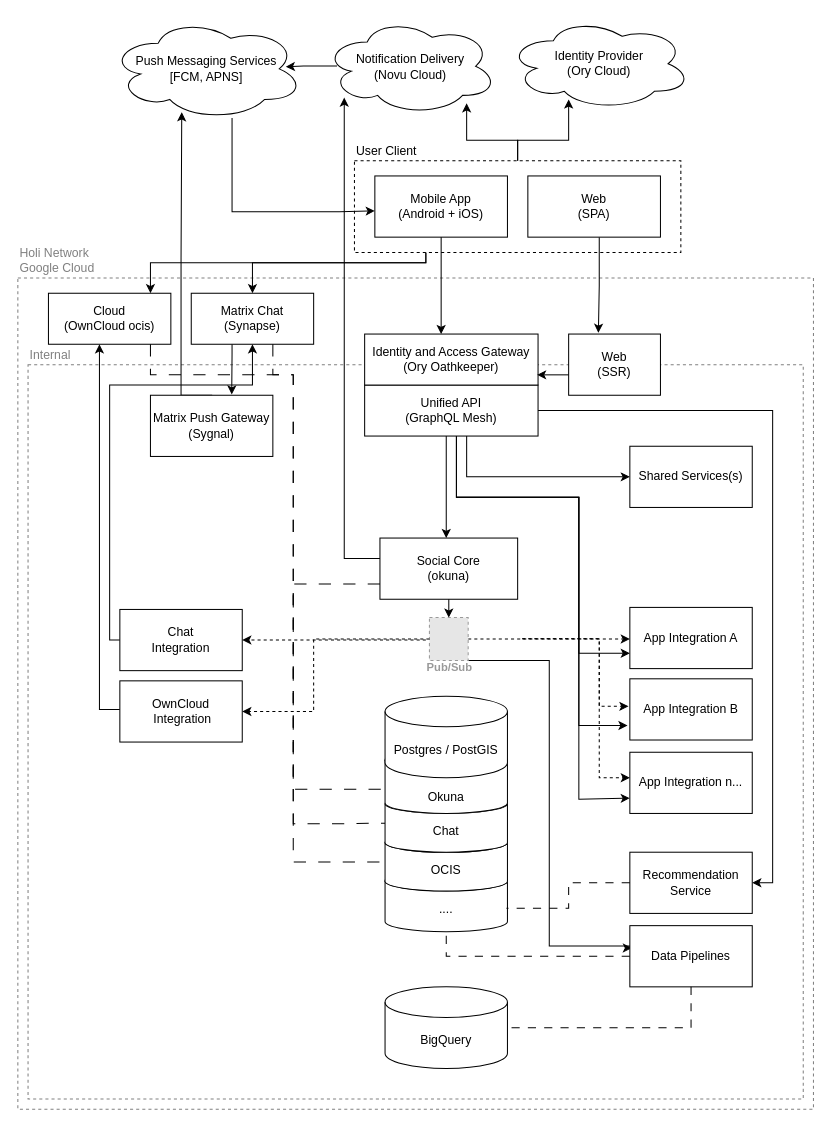
The draw.io diagram docs/img/architecture-overview.drawio in holi-social/app.gitlab-pages.holi.team, before the edit. Source tidied: cells renumbered, new cells numbered last; positions are measured from the earlier drawing's top-left corner, leaving out a move shared by most shapes. Both pictures are drawn from the tidied source at 102%, with x=0, y=0 at pixel (17, 17). Pictures stored in the file or linked from it are replaced by grey dashed boxes.
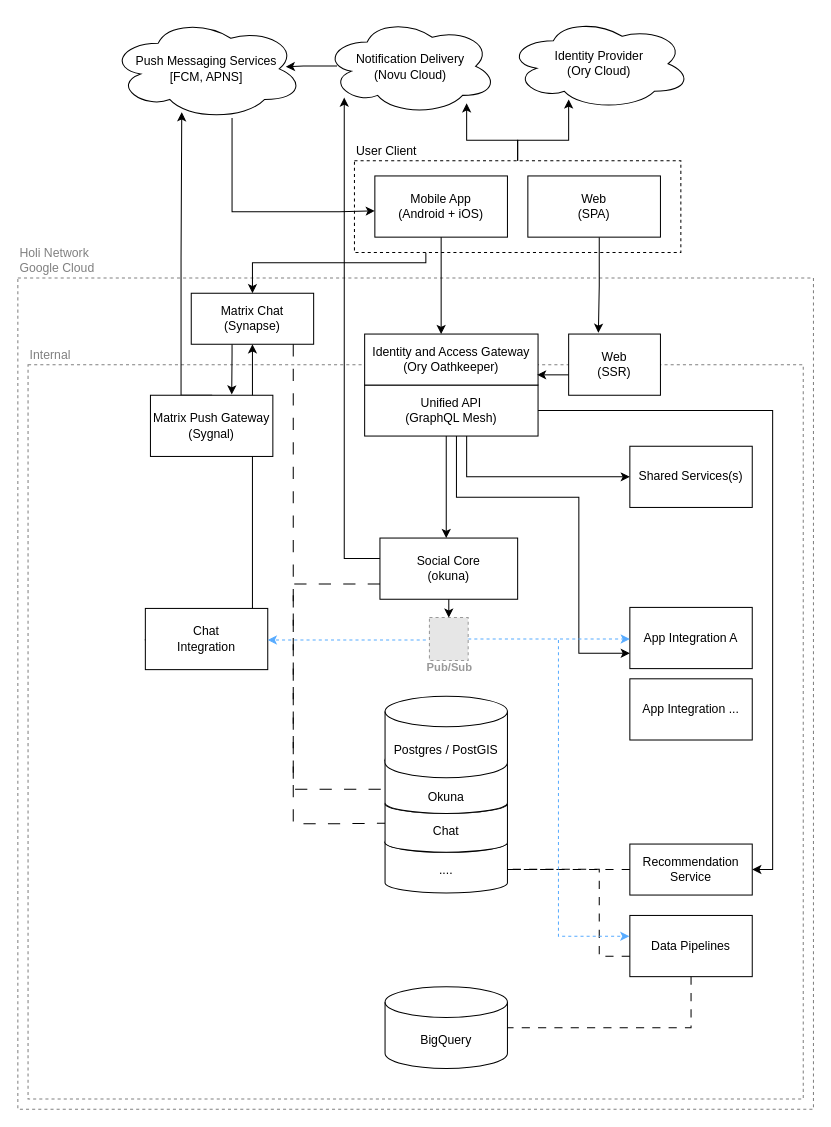
The same diagram, later.

The change refers to these unchanged cells:
```xml
<mxCell id="3" value="User Client" style="rounded=0;whiteSpace=wrap;html=1;dashed=1;align=left;labelPosition=center;verticalLabelPosition=top;verticalAlign=bottom;" parent="1" vertex="1">
  <mxGeometry x="330" y="140" width="320" height="90" as="geometry" />
</mxCell>
<mxCell id="8" value="&lt;br&gt;Chat" style="strokeWidth=1;html=1;shape=mxgraph.flowchart.database;whiteSpace=wrap;shadow=0;" parent="1" vertex="1">
  <mxGeometry x="360" y="761" width="120" height="57" as="geometry" />
</mxCell>
<mxCell id="18" value="Unified API&lt;br&gt;(GraphQL Mesh)" style="rounded=0;whiteSpace=wrap;html=1;" parent="1" vertex="1">
  <mxGeometry x="340" y="360" width="170" height="50" as="geometry" />
</mxCell>
<mxCell id="22" value="App Integration A" style="rounded=0;whiteSpace=wrap;html=1;" parent="1" vertex="1">
  <mxGeometry x="600" y="578" width="120" height="60" as="geometry" />
</mxCell>
<mxCell id="31" value="Matrix Chat&lt;br&gt;(Synapse)" style="rounded=0;whiteSpace=wrap;html=1;" parent="1" vertex="1">
  <mxGeometry x="170" y="270" width="120" height="50" as="geometry" />
</mxCell>
<mxCell id="34" value="Push Messaging Services&lt;br&gt;[FCM, APNS]" style="ellipse;shape=cloud;whiteSpace=wrap;html=1;" parent="1" vertex="1">
  <mxGeometry x="90" width="190" height="100" as="geometry" />
</mxCell>
<mxCell id="41" value="Pub/Sub" style="fillColor=#E6E6E6;strokeColor=#999999;dashed=1;html=1;verticalAlign=top;labelPosition=center;verticalLabelPosition=bottom;align=center;spacingTop=-6;fontSize=11;fontStyle=1;fontColor=#999999;" parent="1" vertex="1">
  <mxGeometry x="403.5" y="588" width="38" height="42" as="geometry" />
</mxCell>
<mxCell id="42" value="&lt;div&gt;Web&lt;/div&gt;&lt;div&gt;(SSR)&lt;/div&gt;" style="rounded=0;whiteSpace=wrap;html=1;" parent="1" vertex="1">
  <mxGeometry x="540" y="310" width="90" height="60" as="geometry" />
</mxCell>
```

Change to the diagram source:
```diff
@@
     <mxCell id="6" value="&lt;br&gt;...." style="strokeWidth=1;html=1;shape=mxgraph.flowchart.database;whiteSpace=wrap;shadow=0;" parent="1" vertex="1">
-      <mxGeometry x="360" y="836" width="120" height="60" as="geometry" />
+      <mxGeometry x="360" y="798" width="120" height="60" as="geometry" />
     </mxCell>
-    <mxCell id="7" value="&lt;br&gt;OCIS" style="strokeWidth=1;html=1;shape=mxgraph.flowchart.database;whiteSpace=wrap;shadow=0;" parent="1" vertex="1">
-      <mxGeometry x="360" y="799" width="120" height="57" as="geometry" />
-    </mxCell>
@@
-    <mxCell id="13" style="edgeStyle=orthogonalEdgeStyle;rounded=0;jettySize=auto;html=1;entryX=-0.019;entryY=0.764;entryDx=0;entryDy=0;entryPerimeter=0;" parent="1" edge="1" source="18" target="25">
-      <mxGeometry relative="1" as="geometry">
-        <Array as="points">
-          <mxPoint x="430" y="470" />
-          <mxPoint x="550" y="470" />
-          <mxPoint x="550" y="694" />
-        </Array>
-      </mxGeometry>
-    </mxCell>
-    <mxCell id="14" style="edgeStyle=orthogonalEdgeStyle;rounded=0;jettySize=auto;html=1;entryX=0;entryY=0.75;entryDx=0;entryDy=0;" parent="1" edge="1" source="18" target="44">
-      <mxGeometry relative="1" as="geometry">
-        <Array as="points">
-          <mxPoint x="430" y="470" />
-          <mxPoint x="550" y="470" />
-          <mxPoint x="550" y="766" />
-          <mxPoint x="600" y="766" />
-        </Array>
-      </mxGeometry>
-    </mxCell>
@@
-    <mxCell id="25" value="App Integration B" style="rounded=0;whiteSpace=wrap;html=1;" parent="1" vertex="1">
-      <mxGeometry x="600" y="648" width="120" height="60" as="geometry" />
-    </mxCell>
-    <mxCell id="26" value="Cloud&lt;br&gt;(OwnCloud ocis)" style="rounded=0;whiteSpace=wrap;html=1;" parent="1" vertex="1">
-      <mxGeometry x="30" y="270" width="120" height="50" as="geometry" />
-    </mxCell>
-    <mxCell id="27" style="edgeStyle=orthogonalEdgeStyle;rounded=0;jettySize=auto;html=1;" parent="1" edge="1" source="28" target="26">
-      <mxGeometry relative="1" as="geometry">
-        <Array as="points">
-          <mxPoint x="80" y="678" />
-        </Array>
-      </mxGeometry>
-    </mxCell>
-    <mxCell id="28" value="OwnCloud &amp;nbsp;Integration" style="rounded=0;whiteSpace=wrap;html=1;" parent="1" vertex="1">
-      <mxGeometry x="100" y="650" width="120" height="60" as="geometry" />
-    </mxCell>
+    <mxCell id="66" value="App Integration ..." style="rounded=0;whiteSpace=wrap;html=1;" parent="1" vertex="1">
+      <mxGeometry x="600" y="648" width="120" height="60" as="geometry" />
+    </mxCell>
@@
-    <mxCell id="32" style="edgeStyle=orthogonalEdgeStyle;rounded=0;jettySize=auto;html=1;entryX=0.372;entryY=0.925;entryDx=0;entryDy=0;entryPerimeter=0;" parent="1" edge="1" target="34">
-      <mxGeometry relative="1" as="geometry">
-        <mxPoint x="190.5" y="370" as="sourcePoint" />
-        <Array as="points">
-          <mxPoint x="160" y="370" />
-          <mxPoint x="160" y="235" />
-          <mxPoint x="161" y="235" />
-        </Array>
-      </mxGeometry>
-    </mxCell>
-    <mxCell id="33" value="Matrix Push Gateway&lt;br&gt;(Sygnal)" style="rounded=0;whiteSpace=wrap;html=1;" parent="1" vertex="1">
-      <mxGeometry x="130" y="370" width="120" height="60" as="geometry" />
-    </mxCell>
+    <mxCell id="67" style="edgeStyle=orthogonalEdgeStyle;rounded=0;jettySize=auto;html=1;entryX=0.372;entryY=0.925;entryDx=0;entryDy=0;entryPerimeter=0;" parent="1" edge="1" target="34">
+      <mxGeometry relative="1" as="geometry">
+        <mxPoint x="190.5" y="370" as="sourcePoint" />
+        <Array as="points">
+          <mxPoint x="160" y="370" />
+          <mxPoint x="160" y="235" />
+          <mxPoint x="161" y="235" />
+        </Array>
+      </mxGeometry>
+    </mxCell>
@@
-    <mxCell id="39" style="edgeStyle=orthogonalEdgeStyle;rounded=0;jettySize=auto;html=1;endWidth=4.8;dashed=1;" parent="1" edge="1" source="41" target="22">
+    <mxCell id="39" style="edgeStyle=orthogonalEdgeStyle;rounded=0;jettySize=auto;html=1;endWidth=4.8;dashed=1;strokeColor=#57ABFF;" parent="1" edge="1" source="41" target="22">
       <mxGeometry relative="1" as="geometry">
         <Array as="points">
           <mxPoint x="550" y="609" />
           <mxPoint x="550" y="609" />
         </Array>
       </mxGeometry>
     </mxCell>
-    <mxCell id="40" style="edgeStyle=orthogonalEdgeStyle;rounded=0;jettySize=auto;html=1;entryX=0.017;entryY=0.367;entryDx=0;entryDy=0;entryPerimeter=0;" parent="1" edge="1" source="41" target="60">
-      <mxGeometry relative="1" as="geometry">
-        <Array as="points">
-          <mxPoint x="521" y="630" />
-          <mxPoint x="521" y="910" />
-          <mxPoint x="600" y="910" />
-          <mxPoint x="600" y="912" />
-        </Array>
-      </mxGeometry>
-    </mxCell>
@@
-    <mxCell id="44" value="App Integration n..." style="rounded=0;whiteSpace=wrap;html=1;" parent="1" vertex="1">
-      <mxGeometry x="600" y="720" width="120" height="60" as="geometry" />
-    </mxCell>
-    <mxCell id="45" style="edgeStyle=orthogonalEdgeStyle;rounded=0;jettySize=auto;html=1;" parent="1" edge="1" source="3">
-      <mxGeometry relative="1" as="geometry">
-        <mxPoint x="540" y="80" as="targetPoint" />
-        <Array as="points">
-          <mxPoint x="490" y="120" />
-          <mxPoint x="540" y="120" />
-          <mxPoint x="540" y="80" />
-        </Array>
-      </mxGeometry>
-    </mxCell>
+    <mxCell id="68" style="edgeStyle=orthogonalEdgeStyle;rounded=0;jettySize=auto;html=1;" parent="1" edge="1" source="3">
+      <mxGeometry relative="1" as="geometry">
+        <mxPoint x="540" y="80" as="targetPoint" />
+        <Array as="points">
+          <mxPoint x="490" y="120" />
+          <mxPoint x="540" y="120" />
+          <mxPoint x="540" y="80" />
+        </Array>
+      </mxGeometry>
+    </mxCell>
@@
     <mxCell id="47" style="edgeStyle=orthogonalEdgeStyle;rounded=0;jettySize=auto;html=1;entryX=0;entryY=0.5;entryDx=0;entryDy=0;entryPerimeter=0;dashed=1;dashPattern=12 12;endArrow=none;endFill=0;" parent="1" edge="1" source="31" target="8">
       <mxGeometry relative="1" as="geometry">
         <Array as="points">
-          <mxPoint x="250" y="350" />
-          <mxPoint x="270" y="350" />
           <mxPoint x="270" y="790" />
           <mxPoint x="321" y="790" />
         </Array>
       </mxGeometry>
     </mxCell>
-    <mxCell id="48" style="edgeStyle=orthogonalEdgeStyle;rounded=0;jettySize=auto;html=1;dashed=1;dashPattern=12 12;entryX=0;entryY=0.5;entryDx=0;entryDy=0;entryPerimeter=0;endArrow=none;endFill=0;" parent="1" edge="1" target="7">
-      <mxGeometry relative="1" as="geometry">
-        <mxPoint x="130" y="320" as="sourcePoint" />
-        <Array as="points">
-          <mxPoint x="130" y="350" />
-          <mxPoint x="270" y="350" />
-          <mxPoint x="270" y="828" />
-        </Array>
-      </mxGeometry>
-    </mxCell>
-    <mxCell id="49" style="edgeStyle=orthogonalEdgeStyle;rounded=0;jettySize=auto;html=1;" parent="1" edge="1" source="3">
-      <mxGeometry relative="1" as="geometry">
-        <mxPoint x="130" y="270" as="targetPoint" />
-        <Array as="points">
-          <mxPoint x="400" y="240" />
-          <mxPoint x="130" y="240" />
-        </Array>
-      </mxGeometry>
-    </mxCell>
-    <mxCell id="50" style="edgeStyle=orthogonalEdgeStyle;rounded=0;jettySize=auto;html=1;endWidth=4.8;dashed=1;entryX=-0.011;entryY=0.45;entryDx=0;entryDy=0;entryPerimeter=0;" parent="1" edge="1" target="25">
-      <mxGeometry relative="1" as="geometry">
-        <mxPoint x="494.5" y="608.8" as="sourcePoint" />
-        <Array as="points">
-          <mxPoint x="570" y="609" />
-          <mxPoint x="570" y="675" />
-        </Array>
-      </mxGeometry>
-    </mxCell>
-    <mxCell id="51" style="edgeStyle=orthogonalEdgeStyle;rounded=0;orthogonalLoop=1;jettySize=auto;html=1;endWidth=4.8;dashed=1;" parent="1" edge="1">
-      <mxGeometry relative="1" as="geometry">
-        <mxPoint x="494.5" y="608.8" as="sourcePoint" />
-        <mxPoint x="600" y="745" as="targetPoint" />
-        <Array as="points">
-          <mxPoint x="570" y="609" />
-          <mxPoint x="570" y="745" />
-          <mxPoint x="600" y="745" />
-        </Array>
-      </mxGeometry>
-    </mxCell>
-    <mxCell id="52" style="edgeStyle=orthogonalEdgeStyle;rounded=0;jettySize=auto;html=1;endWidth=4.8;entryX=1;entryY=0.5;entryDx=0;entryDy=0;dashed=1;" parent="1" edge="1" source="41" target="28">
-      <mxGeometry relative="1" as="geometry">
-        <Array as="points">
-          <mxPoint x="290" y="609" />
-          <mxPoint x="290" y="680" />
-        </Array>
-      </mxGeometry>
-    </mxCell>
-    <mxCell id="53" style="edgeStyle=orthogonalEdgeStyle;rounded=0;jettySize=auto;html=1;" parent="1" edge="1" source="42">
-      <mxGeometry relative="1" as="geometry">
-        <mxPoint x="509" y="350" as="targetPoint" />
-        <Array as="points">
-          <mxPoint x="530" y="350" />
-          <mxPoint x="530" y="350" />
-        </Array>
-      </mxGeometry>
-    </mxCell>
+    <mxCell id="69" style="edgeStyle=orthogonalEdgeStyle;rounded=0;jettySize=auto;html=1;" parent="1" edge="1" source="42">
+      <mxGeometry relative="1" as="geometry">
+        <mxPoint x="509" y="350" as="targetPoint" />
+        <Array as="points">
+          <mxPoint x="530" y="350" />
+          <mxPoint x="530" y="350" />
+        </Array>
+      </mxGeometry>
+    </mxCell>
@@
     <mxCell id="57" style="edgeStyle=orthogonalEdgeStyle;rounded=0;jettySize=auto;html=1;exitX=0;exitY=0.5;exitDx=0;exitDy=0;" parent="1" edge="1" source="58" target="31">
       <mxGeometry relative="1" as="geometry">
         <Array as="points">
-          <mxPoint x="90" y="610" />
-          <mxPoint x="90" y="360" />
-          <mxPoint x="230" y="360" />
+          <mxPoint x="125" y="610" />
+          <mxPoint x="230" y="610" />
         </Array>
       </mxGeometry>
     </mxCell>
     <mxCell id="58" value="Chat &lt;br&gt;Integration" style="rounded=0;whiteSpace=wrap;html=1;" parent="1" vertex="1">
-      <mxGeometry x="100" y="580" width="120" height="60" as="geometry" />
+      <mxGeometry x="125" y="579" width="120" height="60" as="geometry" />
     </mxCell>
-    <mxCell id="59" style="edgeStyle=orthogonalEdgeStyle;rounded=0;jettySize=auto;html=1;endWidth=4.8;entryX=1;entryY=0.5;entryDx=0;entryDy=0;dashed=1;" parent="1" edge="1" target="58">
-      <mxGeometry relative="1" as="geometry">
-        <mxPoint x="400" y="610" as="sourcePoint" />
-        <Array as="points">
-          <mxPoint x="270" y="610" />
-          <mxPoint x="270" y="610" />
-        </Array>
-      </mxGeometry>
-    </mxCell>
+    <mxCell id="70" style="edgeStyle=orthogonalEdgeStyle;rounded=0;orthogonalLoop=1;jettySize=auto;html=1;endWidth=4.8;dashed=1;strokeColor=#57ABFF;" parent="1" edge="1">
+      <mxGeometry relative="1" as="geometry">
+        <mxPoint x="400" y="610" as="sourcePoint" />
+        <mxPoint x="245" y="610" as="targetPoint" />
+        <Array as="points">
+          <mxPoint x="270" y="610" />
+          <mxPoint x="270" y="610" />
+        </Array>
+      </mxGeometry>
+    </mxCell>
     <mxCell id="60" value="Data Pipelines" style="rounded=0;whiteSpace=wrap;html=1;" parent="1" vertex="1">
-      <mxGeometry x="600" y="890" width="120" height="60" as="geometry" />
+      <mxGeometry x="600" y="880" width="120" height="60" as="geometry" />
     </mxCell>
     <mxCell id="61" value="Recommendation Service" style="rounded=0;whiteSpace=wrap;html=1;" parent="1" vertex="1">
-      <mxGeometry x="600" y="818" width="120" height="60" as="geometry" />
+      <mxGeometry x="600" y="810" width="120" height="50" as="geometry" />
     </mxCell>
@@
-    <mxCell id="63" style="edgeStyle=orthogonalEdgeStyle;rounded=0;jettySize=auto;html=1;entryX=0.5;entryY=1;entryDx=0;entryDy=0;entryPerimeter=0;endArrow=none;endFill=0;dashed=1;dashPattern=8 8;" parent="1" edge="1" source="60" target="6">
+    <mxCell id="63" style="edgeStyle=orthogonalEdgeStyle;rounded=0;jettySize=auto;html=1;endArrow=none;endFill=0;dashed=1;dashPattern=8 8;entryX=0.995;entryY=0.614;entryDx=0;entryDy=0;entryPerimeter=0;" parent="1" edge="1" source="60" target="6">
       <mxGeometry relative="1" as="geometry">
         <Array as="points">
-          <mxPoint x="420" y="920" />
+          <mxPoint x="570" y="920" />
+          <mxPoint x="570" y="835" />
+          <mxPoint x="479" y="835" />
         </Array>
       </mxGeometry>
     </mxCell>
@@
+    <mxCell id="71" style="edgeStyle=orthogonalEdgeStyle;rounded=0;jettySize=auto;html=1;endWidth=4.8;dashed=1;entryX=-0.004;entryY=0.34;entryDx=0;entryDy=0;entryPerimeter=0;strokeColor=#57ABFF;" parent="1" edge="1" target="60">
+      <mxGeometry relative="1" as="geometry">
+        <mxPoint x="530" y="610" as="sourcePoint" />
+        <Array as="points">
+          <mxPoint x="530" y="900" />
+        </Array>
+      </mxGeometry>
+    </mxCell>
+    <mxCell id="33" value="Matrix Push Gateway&lt;br&gt;(Sygnal)" style="rounded=0;whiteSpace=wrap;html=1;" parent="1" vertex="1">
+      <mxGeometry x="130" y="370" width="120" height="60" as="geometry" />
+    </mxCell>
```
